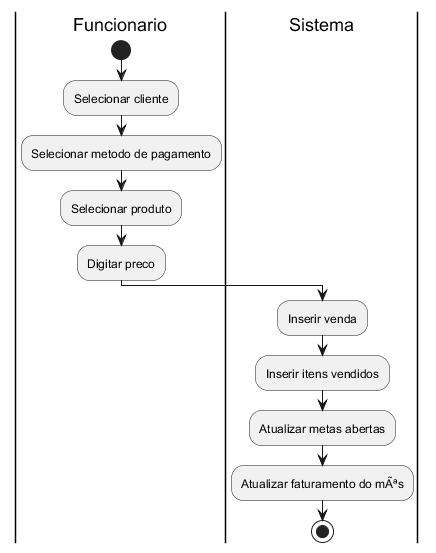
Earlier version of the PlantUML export resources/diagramas/diagrama_atividade_venda.png (PatrickCaminhas/SimplifiqSystem). The source it was exported from:
```plantuml
@startuml
|Funcionario|
start
:Selecionar cliente;
:Selecionar metodo de pagamento;
:Selecionar produto;
:Digitar preco;

|Sistema|
:Inserir venda;
:Inserir itens vendidos;
:Atualizar metas abertas;
:Atualizar faturamento do mÃªs;

stop
@enduml
```
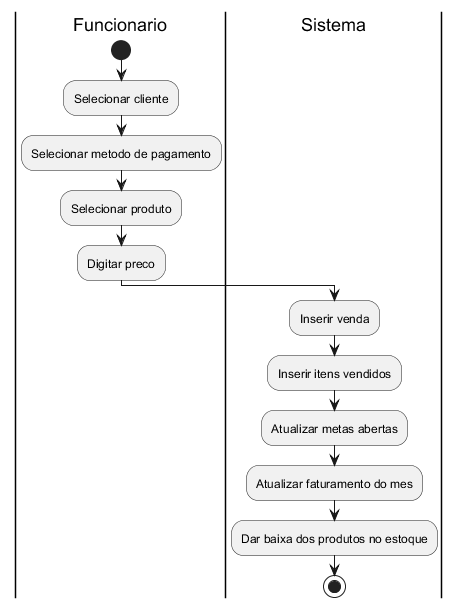
After the commit.

Change to the diagram source:
```diff
@@ -10,7 +10,8 @@
 :Inserir venda;
 :Inserir itens vendidos;
 :Atualizar metas abertas;
-:Atualizar faturamento do mÃªs;
+:Atualizar faturamento do mes;
+:Dar baixa dos produtos no estoque;
 
 stop
 @enduml
```
